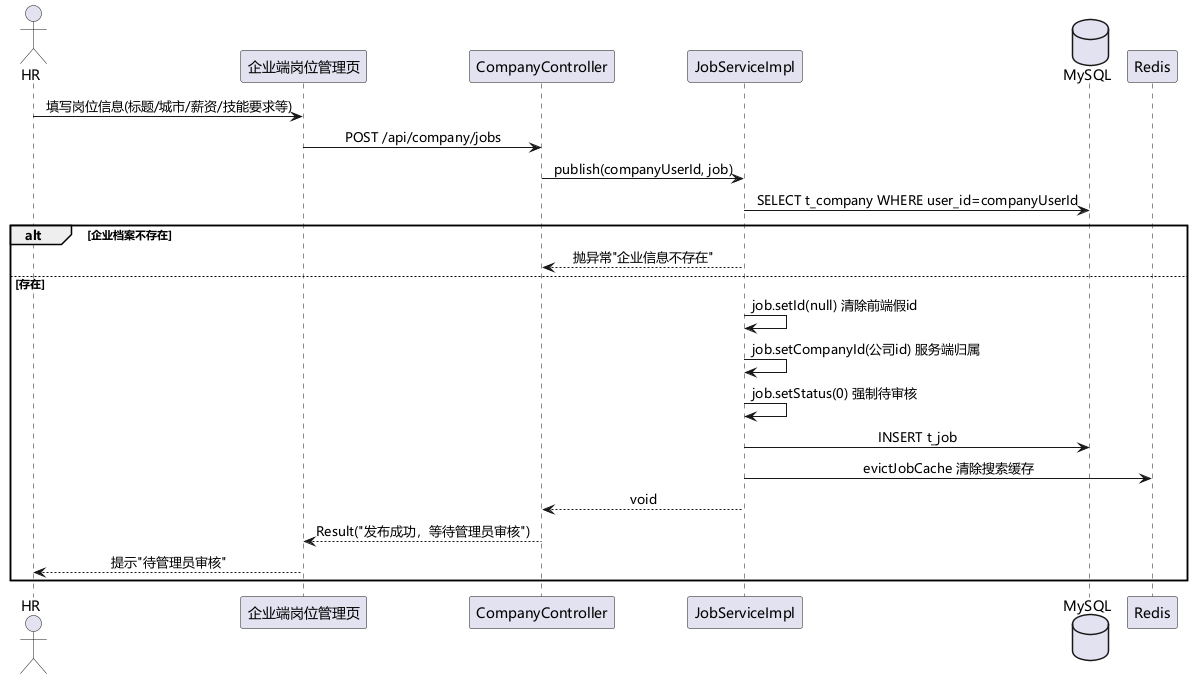
sheep7-bot/recruit-internship-system keeps this PlantUML diagram as uml/png/何贵剑/企业发布岗位时序图.png. Above is the earlier version. Its diagram source:
```plantuml
@startuml 企业发布岗位时序图
skinparam defaultFontName "Microsoft YaHei"
skinparam sequenceMessageAlign center

actor "HR" as hr
participant "企业端岗位管理页" as web
participant "CompanyController" as ctl
participant "JobServiceImpl" as svc
database "MySQL" as db
participant "Redis" as redis

hr -> web : 填写岗位信息(标题/城市/薪资/技能要求等)
web -> ctl : POST /api/company/jobs
ctl -> svc : publish(companyUserId, job)
svc -> db : SELECT t_company WHERE user_id=companyUserId
alt 企业档案不存在
  svc --> ctl : 抛异常"企业信息不存在"
else 存在
  svc -> svc : job.setId(null) 清除前端假id
  svc -> svc : job.setCompanyId(公司id) 服务端归属
  svc -> svc : job.setStatus(0) 强制待审核
  svc -> db : INSERT t_job
  svc -> redis : evictJobCache 清除搜索缓存
  svc --> ctl : void
  ctl --> web : Result("发布成功，等待管理员审核")
  web --> hr : 提示"待管理员审核"
end
@enduml
```
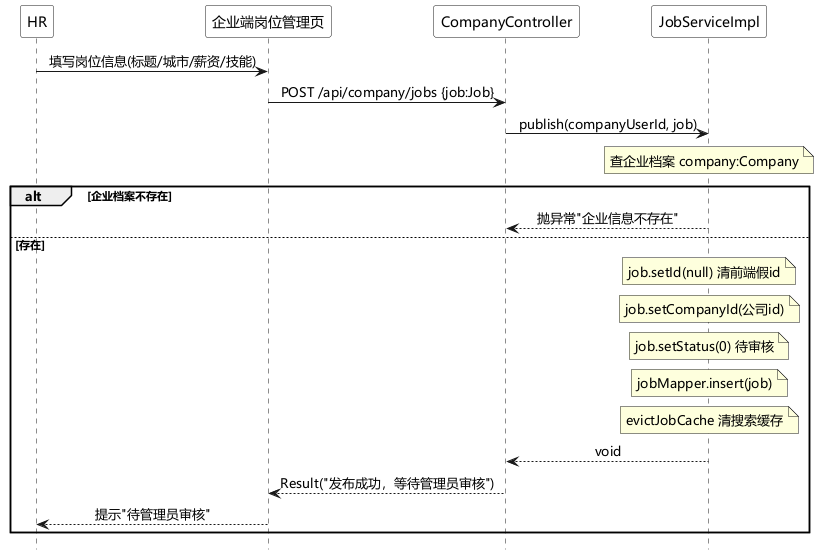
The same file after the commit.

The edit, as a diff of the source:
```diff
@@ -1,28 +1,48 @@
 @startuml 企业发布岗位时序图
 skinparam defaultFontName "Microsoft YaHei"
+hide footbox
+<style>
+participant {
+  FontColor white
+  BorderColor white
+  BackgroundColor white
+}
+sequenceDiagram {
+  FontColor black
+}
+</style>
 skinparam sequenceMessageAlign center
-
-actor "HR" as hr
+participant "HR" as hr
 participant "企业端岗位管理页" as web
 participant "CompanyController" as ctl
 participant "JobServiceImpl" as svc
-database "MySQL" as db
-participant "Redis" as redis
-
-hr -> web : 填写岗位信息(标题/城市/薪资/技能要求等)
-web -> ctl : POST /api/company/jobs
+hr -> web : 填写岗位信息(标题/城市/薪资/技能)
+web -> ctl : POST /api/company/jobs {job:Job}
 ctl -> svc : publish(companyUserId, job)
-svc -> db : SELECT t_company WHERE user_id=companyUserId
+note over svc
+  查企业档案 company:Company
+end note
 alt 企业档案不存在
   svc --> ctl : 抛异常"企业信息不存在"
 else 存在
-  svc -> svc : job.setId(null) 清除前端假id
-  svc -> svc : job.setCompanyId(公司id) 服务端归属
-  svc -> svc : job.setStatus(0) 强制待审核
-  svc -> db : INSERT t_job
-  svc -> redis : evictJobCache 清除搜索缓存
+  note over svc
+    job.setId(null) 清前端假id
+  end note
+  note over svc
+    job.setCompanyId(公司id)
+  end note
+  note over svc
+    job.setStatus(0) 待审核
+  end note
+  note over svc
+    jobMapper.insert(job)
+  end note
+  note over svc
+    evictJobCache 清搜索缓存
+  end note
   svc --> ctl : void
   ctl --> web : Result("发布成功，等待管理员审核")
   web --> hr : 提示"待管理员审核"
 end
+
 @enduml
```
